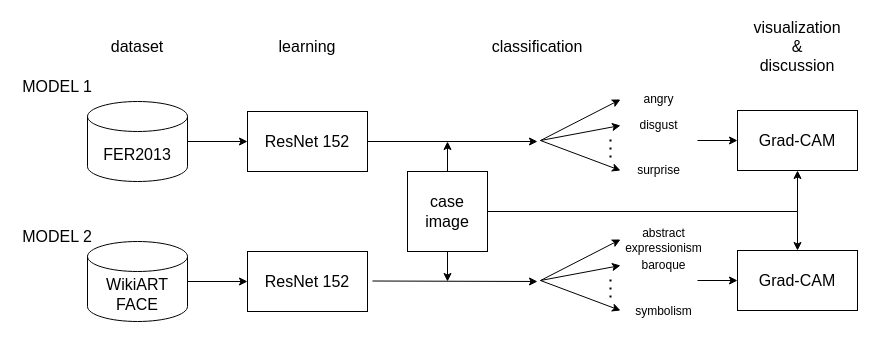
Earlier version of the draw.io diagram pic/pictogram1.drawio (psychologyKM/ArtVision). Source tidied: cells renumbered, new cells numbered last; positions are measured from the earlier drawing's top-left corner, leaving out a move shared by most shapes. Both pictures are drawn from the tidied source at 100%, with x=0, y=0 at pixel (17, 31).
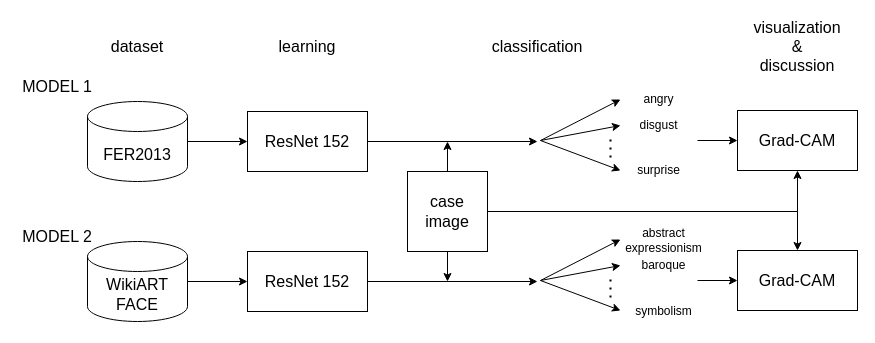
The same diagram, later.

The change refers to these unchanged cells:
```xml
<mxCell id="22" value="&lt;font style=&quot;font-size: 16px;&quot;&gt;ResNet 152&lt;/font&gt;" style="rounded=0;whiteSpace=wrap;html=1;" parent="1" vertex="1">
  <mxGeometry x="230" y="220" width="120" height="60" as="geometry" />
</mxCell>
```

The edit, as a diff of the source:
```diff
@@
-    <mxCell id="23" style="endArrow=classic;html=1;rounded=0;exitX=1;exitY=0.5;exitDx=0;exitDy=0;" parent="1" edge="1">
+    <mxCell id="23" style="endArrow=classic;html=1;rounded=0;exitX=1;exitY=0.5;exitDx=0;exitDy=0;" parent="1" edge="1" source="22">
       <mxGeometry relative="1" as="geometry">
-        <mxPoint x="355" y="249.5" as="sourcePoint" />
         <mxPoint x="520" y="250" as="targetPoint" />
       </mxGeometry>
     </mxCell>
```
